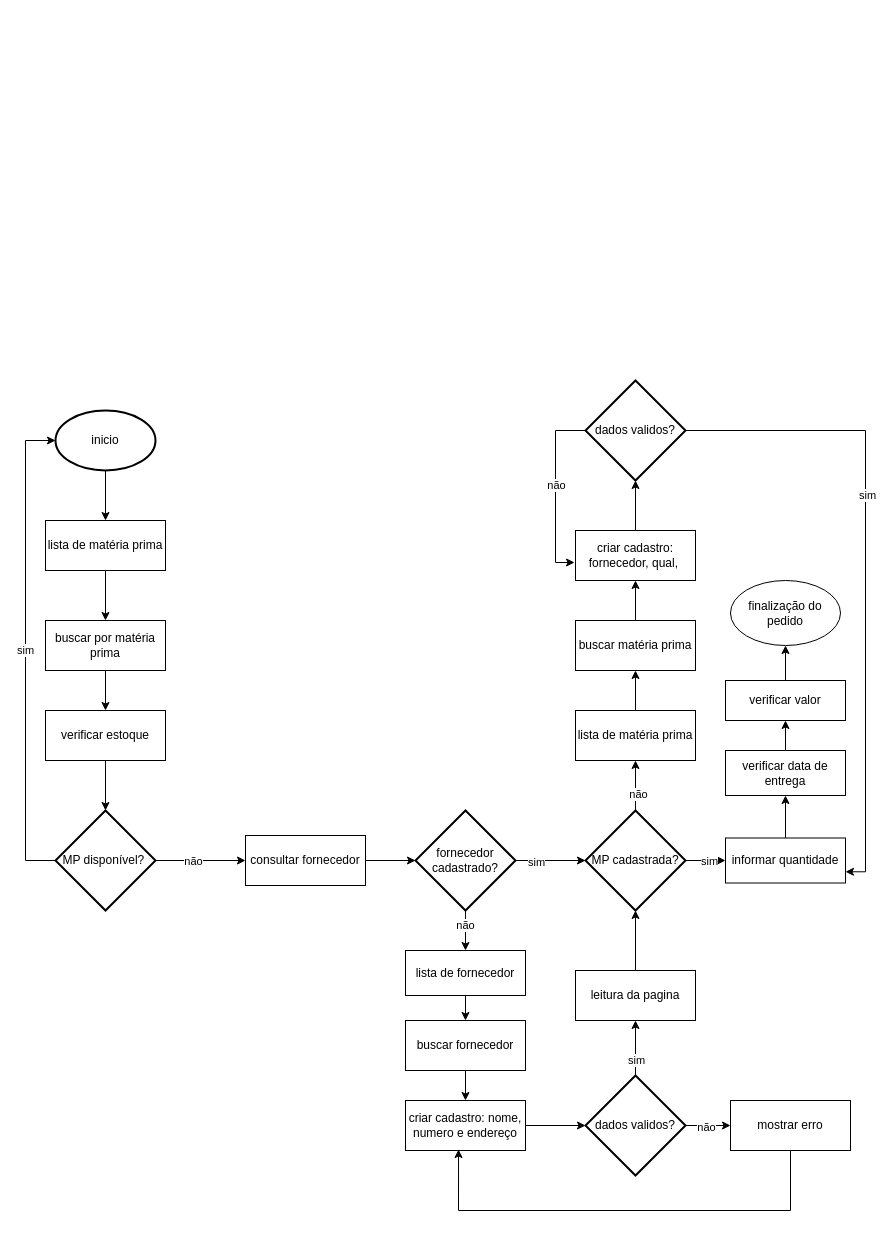
Marigodoy26/EquipeK keeps this draw.io diagram as doc/fluxograma.drawio. Above is the earlier version. Source tidied: cells renumbered, new cells numbered last; positions are measured from the earlier drawing's top-left corner, leaving out a move shared by most shapes. Both pictures are drawn from the tidied source at 100%, with x=0, y=0 at pixel (25, 380).
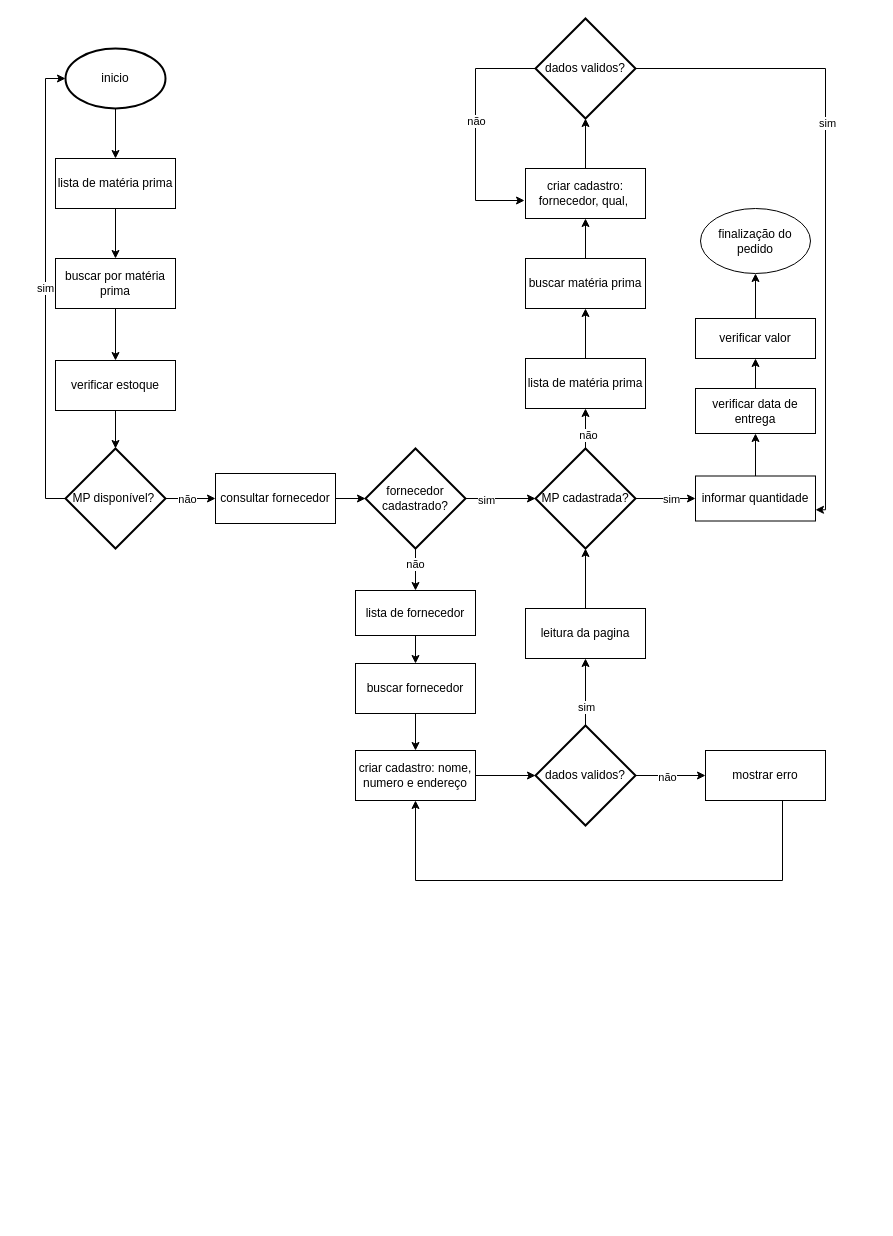
The same page after the edit.

The edit, as a diff of the source:
```diff
@@
     <mxCell id="3" value="inicio" style="strokeWidth=2;html=1;shape=mxgraph.flowchart.start_1;whiteSpace=wrap;" parent="1" vertex="1">
-      <mxGeometry x="30" y="30" width="100" height="60" as="geometry" />
+      <mxGeometry x="40" y="-332" width="100" height="60" as="geometry" />
     </mxCell>
@@
     <mxCell id="5" value="buscar por matéria prima" style="rounded=0;whiteSpace=wrap;html=1;" parent="1" vertex="1">
-      <mxGeometry x="20" y="240" width="120" height="50" as="geometry" />
+      <mxGeometry x="30" y="-122" width="120" height="50" as="geometry" />
     </mxCell>
@@
     <mxCell id="7" value="lista de matéria prima" style="rounded=0;whiteSpace=wrap;html=1;" parent="1" vertex="1">
-      <mxGeometry x="20" y="140" width="120" height="50" as="geometry" />
+      <mxGeometry x="30" y="-222" width="120" height="50" as="geometry" />
     </mxCell>
@@
     <mxCell id="9" value="verificar estoque" style="rounded=0;whiteSpace=wrap;html=1;" parent="1" vertex="1">
-      <mxGeometry x="20" y="330" width="120" height="50" as="geometry" />
+      <mxGeometry x="30" y="-20" width="120" height="50" as="geometry" />
     </mxCell>
@@
     <mxCell id="12" value="MP disponível?&amp;nbsp;" style="strokeWidth=2;html=1;shape=mxgraph.flowchart.decision;whiteSpace=wrap;" parent="1" vertex="1">
-      <mxGeometry x="30" y="430" width="100" height="100" as="geometry" />
+      <mxGeometry x="40" y="68" width="100" height="100" as="geometry" />
     </mxCell>
@@
     <mxCell id="14" value="consultar fornecedor" style="rounded=0;whiteSpace=wrap;html=1;" parent="1" vertex="1">
-      <mxGeometry x="220" y="455" width="120" height="50" as="geometry" />
+      <mxGeometry x="190" y="93" width="120" height="50" as="geometry" />
     </mxCell>
@@
     <mxCell id="19" value="fornecedor cadastrado?" style="strokeWidth=2;html=1;shape=mxgraph.flowchart.decision;whiteSpace=wrap;" parent="1" vertex="1">
-      <mxGeometry x="390" y="430" width="100" height="100" as="geometry" />
+      <mxGeometry x="340" y="68" width="100" height="100" as="geometry" />
     </mxCell>
@@
     <mxCell id="24" value="MP cadastrada?" style="strokeWidth=2;html=1;shape=mxgraph.flowchart.decision;whiteSpace=wrap;" parent="1" vertex="1">
-      <mxGeometry x="560" y="430" width="100" height="100" as="geometry" />
+      <mxGeometry x="510" y="68" width="100" height="100" as="geometry" />
     </mxCell>
@@
     <mxCell id="26" value="informar quantidade" style="rounded=0;whiteSpace=wrap;html=1;" parent="1" vertex="1">
-      <mxGeometry x="700" y="457.5" width="120" height="45" as="geometry" />
+      <mxGeometry x="670" y="95.5" width="120" height="45" as="geometry" />
     </mxCell>
@@
     <mxCell id="28" value="verificar data de entrega" style="rounded=0;whiteSpace=wrap;html=1;" parent="1" vertex="1">
-      <mxGeometry x="700" y="370" width="120" height="45" as="geometry" />
+      <mxGeometry x="670" y="8" width="120" height="45" as="geometry" />
     </mxCell>
     <mxCell id="29" value="sim" style="edgeStyle=orthogonalEdgeStyle;rounded=0;jettySize=auto;html=1;exitX=0;exitY=0.5;exitDx=0;exitDy=0;exitPerimeter=0;entryX=0;entryY=0.5;entryDx=0;entryDy=0;entryPerimeter=0;" parent="1" edge="1" source="12" target="3">
       <mxGeometry relative="1" as="geometry">
         <Array as="points">
-          <mxPoint y="480" />
-          <mxPoint y="60" />
+          <mxPoint x="20" y="118" />
+          <mxPoint x="20" y="-302" />
         </Array>
       </mxGeometry>
     </mxCell>
@@
     <mxCell id="31" value="verificar valor" style="rounded=0;whiteSpace=wrap;html=1;" parent="1" vertex="1">
-      <mxGeometry x="700" y="300" width="120" height="40" as="geometry" />
+      <mxGeometry x="670" y="-62" width="120" height="40" as="geometry" />
     </mxCell>
     <mxCell id="32" value="finalização do pedido" style="ellipse;whiteSpace=wrap;html=1;" parent="1" vertex="1">
-      <mxGeometry x="705" y="200" width="110" height="65" as="geometry" />
+      <mxGeometry x="675" y="-172" width="110" height="65" as="geometry" />
     </mxCell>
@@
     <mxCell id="34" value="lista de fornecedor" style="rounded=0;whiteSpace=wrap;html=1;" parent="1" vertex="1">
-      <mxGeometry x="380" y="570" width="120" height="45" as="geometry" />
+      <mxGeometry x="330" y="210" width="120" height="45" as="geometry" />
     </mxCell>
@@
     <mxCell id="36" value="buscar fornecedor" style="rounded=0;whiteSpace=wrap;html=1;" parent="1" vertex="1">
-      <mxGeometry x="380" y="640" width="120" height="50" as="geometry" />
+      <mxGeometry x="330" y="283" width="120" height="50" as="geometry" />
     </mxCell>
@@
     <mxCell id="38" value="criar cadastro: nome, numero e endereço" style="rounded=0;whiteSpace=wrap;html=1;" parent="1" vertex="1">
-      <mxGeometry x="380" y="720" width="120" height="50" as="geometry" />
+      <mxGeometry x="330" y="370" width="120" height="50" as="geometry" />
     </mxCell>
@@
     <mxCell id="43" value="dados validos?" style="strokeWidth=2;html=1;shape=mxgraph.flowchart.decision;whiteSpace=wrap;" parent="1" vertex="1">
-      <mxGeometry x="560" y="695" width="100" height="100" as="geometry" />
+      <mxGeometry x="510" y="345" width="100" height="100" as="geometry" />
     </mxCell>
     <mxCell id="44" value="mostrar erro" style="rounded=0;whiteSpace=wrap;html=1;" parent="1" vertex="1">
-      <mxGeometry x="705" y="720" width="120" height="50" as="geometry" />
+      <mxGeometry x="680" y="370" width="120" height="50" as="geometry" />
     </mxCell>
-    <mxCell id="45" style="edgeStyle=orthogonalEdgeStyle;rounded=0;jettySize=auto;html=1;exitX=0.5;exitY=1;exitDx=0;exitDy=0;entryX=0.442;entryY=0.98;entryDx=0;entryDy=0;entryPerimeter=0;" parent="1" edge="1" source="44" target="38">
+    <mxCell id="45" style="edgeStyle=orthogonalEdgeStyle;rounded=0;jettySize=auto;html=1;exitX=0.5;exitY=1;exitDx=0;exitDy=0;" parent="1" edge="1" source="44" target="38">
       <mxGeometry relative="1" as="geometry">
         <Array as="points">
-          <mxPoint x="765" y="830" />
-          <mxPoint x="433" y="830" />
+          <mxPoint x="757" y="500" />
+          <mxPoint x="390" y="500" />
         </Array>
       </mxGeometry>
     </mxCell>
@@
     <mxCell id="47" value="leitura da pagina" style="rounded=0;whiteSpace=wrap;html=1;" parent="1" vertex="1">
-      <mxGeometry x="550" y="590" width="120" height="50" as="geometry" />
+      <mxGeometry x="500" y="228" width="120" height="50" as="geometry" />
     </mxCell>
@@
     <mxCell id="49" value="lista de matéria prima" style="rounded=0;whiteSpace=wrap;html=1;" parent="1" vertex="1">
-      <mxGeometry x="550" y="330" width="120" height="50" as="geometry" />
+      <mxGeometry x="500" y="-22" width="120" height="50" as="geometry" />
     </mxCell>
@@
     <mxCell id="51" value="buscar matéria prima" style="rounded=0;whiteSpace=wrap;html=1;" parent="1" vertex="1">
-      <mxGeometry x="550" y="240" width="120" height="50" as="geometry" />
+      <mxGeometry x="500" y="-122" width="120" height="50" as="geometry" />
     </mxCell>
@@
     <mxCell id="53" value="criar cadastro: fornecedor, qual,&amp;nbsp;" style="rounded=0;whiteSpace=wrap;html=1;" parent="1" vertex="1">
-      <mxGeometry x="550" y="150" width="120" height="50" as="geometry" />
+      <mxGeometry x="500" y="-212" width="120" height="50" as="geometry" />
     </mxCell>
     <mxCell id="54" style="edgeStyle=orthogonalEdgeStyle;rounded=0;jettySize=auto;html=1;entryX=1;entryY=0.75;entryDx=0;entryDy=0;" parent="1" edge="1" source="56" target="26">
       <mxGeometry relative="1" as="geometry">
         <Array as="points">
-          <mxPoint x="840" y="50" />
-          <mxPoint x="840" y="491" />
+          <mxPoint x="800" y="-312" />
+          <mxPoint x="800" y="129" />
         </Array>
       </mxGeometry>
     </mxCell>
@@
     <mxCell id="56" value="dados validos?" style="strokeWidth=2;html=1;shape=mxgraph.flowchart.decision;whiteSpace=wrap;" parent="1" vertex="1">
-      <mxGeometry x="560" width="100" height="100" as="geometry" />
+      <mxGeometry x="510" y="-362" width="100" height="100" as="geometry" />
     </mxCell>
     <mxCell id="57" style="edgeStyle=orthogonalEdgeStyle;rounded=0;jettySize=auto;html=1;entryX=-0.008;entryY=0.64;entryDx=0;entryDy=0;entryPerimeter=0;" parent="1" edge="1" source="56" target="53">
       <mxGeometry relative="1" as="geometry">
         <Array as="points">
-          <mxPoint x="530" y="50" />
-          <mxPoint x="530" y="182" />
+          <mxPoint x="450" y="-312" />
+          <mxPoint x="450" y="-180" />
         </Array>
       </mxGeometry>
     </mxCell>
```
